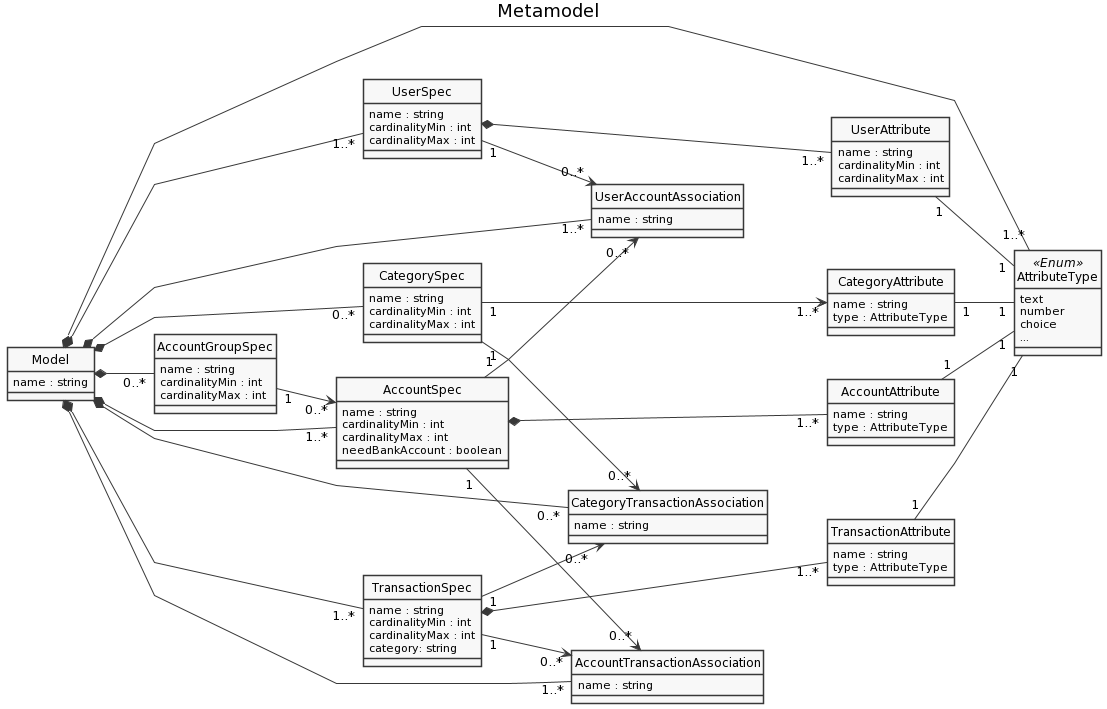
Above: diagrams/metamodel_v3.png in PeFerreira98/ISEP.Master.EDOM_2021 (PlantUML), before the change.
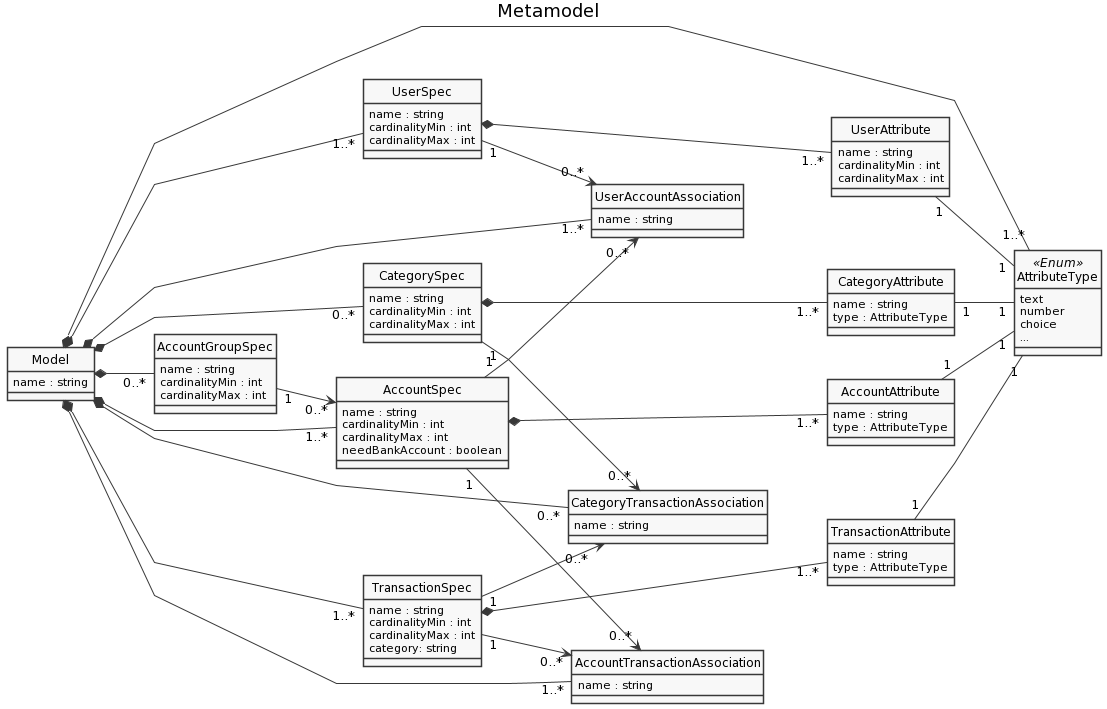
After the change.

What changed in the source:
```diff
@@ -111,7 +111,7 @@
 
 Model *- "0..*" CategorySpec
 Model *- "0..*" CategoryTransactionAssociation
-CategorySpec "1" --> "1..*" CategoryAttribute
+CategorySpec *-- "1..*" CategoryAttribute
 CategoryAttribute "1" -- "1" AttributeType
 TransactionSpec "1" --> "0..*" CategoryTransactionAssociation
 CategorySpec "1" --> "0..*" CategoryTransactionAssociation
```
